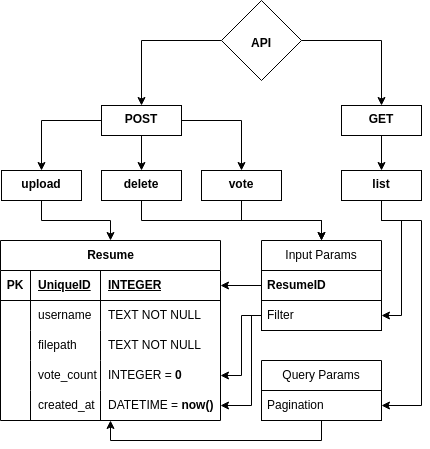
The draw.io diagram WebDevelopment/MVPProject/static/docs/ProjectStructure.drawio.png in ames0k0/TestWork, before a commit. Source tidied: cells renumbered, new cells last; positions are measured from the earlier drawing's top-left corner, leaving out a move shared by most shapes.
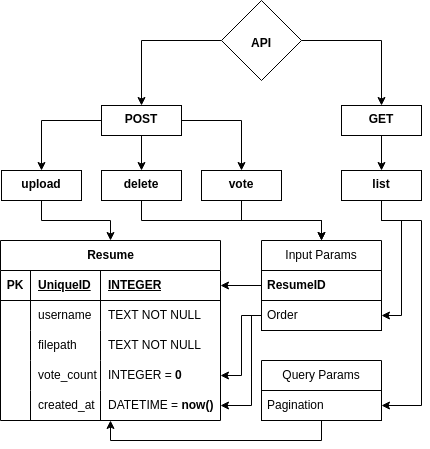
The same diagram one commit later.

The edit, as a diff of the source:
```diff
@@ -135,7 +135,7 @@
     <mxCell id="38" value="&lt;b&gt;ResumeID&lt;/b&gt;" style="text;strokeColor=default;fillColor=none;align=left;verticalAlign=middle;spacingLeft=4;spacingRight=4;overflow=hidden;whiteSpace=wrap;html=1;" parent="37" vertex="1">
       <mxGeometry y="30" width="120" height="30" as="geometry" />
     </mxCell>
-    <mxCell id="39" value="Filter" style="text;strokeColor=default;fillColor=none;align=left;verticalAlign=middle;spacingLeft=4;spacingRight=4;overflow=hidden;points=[[0,0.5],[1,0.5]];portConstraint=eastwest;whiteSpace=wrap;html=1;" parent="37" vertex="1">
+    <mxCell id="39" value="Order" style="text;strokeColor=default;fillColor=none;align=left;verticalAlign=middle;spacingLeft=4;spacingRight=4;overflow=hidden;points=[[0,0.5],[1,0.5]];portConstraint=eastwest;whiteSpace=wrap;html=1;" parent="37" vertex="1">
       <mxGeometry y="60" width="120" height="30" as="geometry" />
     </mxCell>
     <mxCell id="40" style="edgeStyle=orthogonalEdgeStyle;rounded=0;jettySize=auto;html=1;" parent="1" edge="1" source="43" target="29">
```
